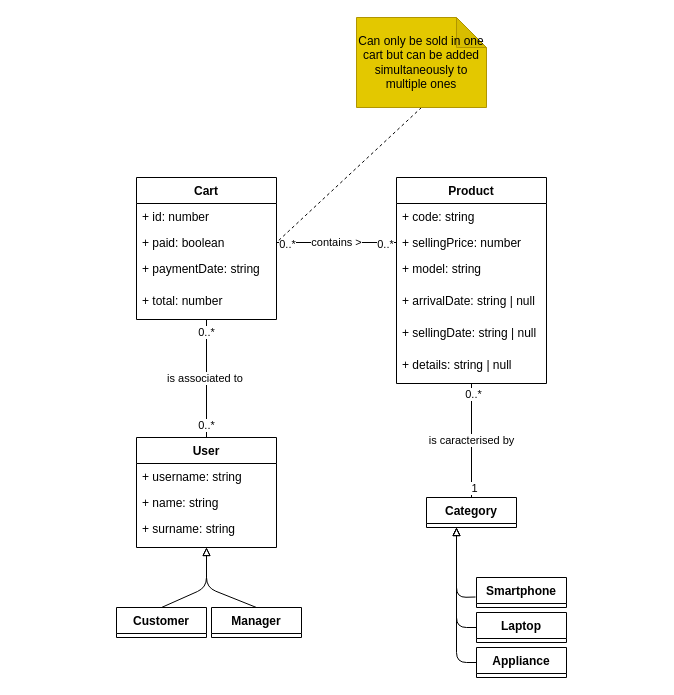
The draw.io diagram page "V1" (1 of 2) of figures/glossary.drawio in eduardz1/EZElectronics, before the edit. Source tidied: cells renumbered, new cells numbered last; positions are measured from the earlier drawing's top-left corner, leaving out a move shared by most shapes. Both pictures are drawn from the tidied source at 100%, with x=0, y=0 at pixel (116, 17).
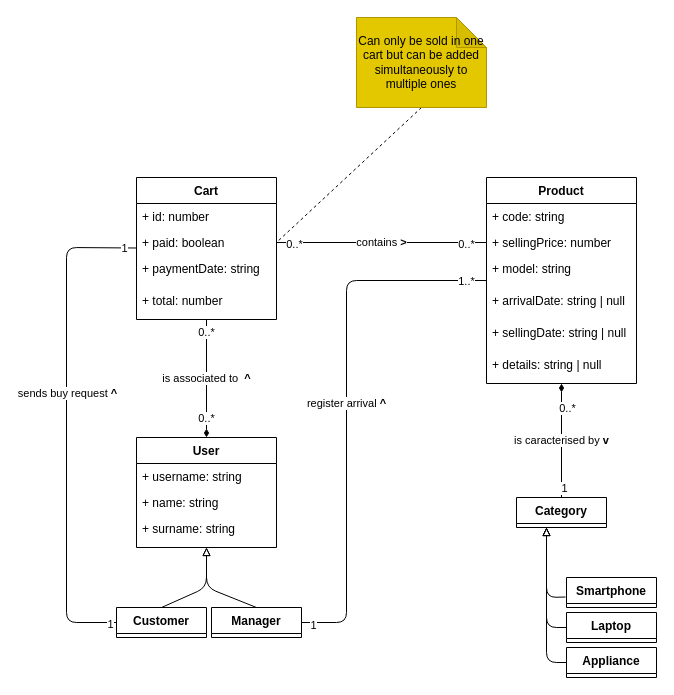
The same diagram, later.

The change refers to these unchanged cells:
```xml
<mxCell id="5" value="User" style="swimlane;fontStyle=1;horizontal=1;startSize=26;fillColor=none;" parent="1" vertex="1">
  <mxGeometry x="20" y="420" width="140" height="110" as="geometry" />
</mxCell>
<mxCell id="10" value="Customer" style="swimlane;fontStyle=1;horizontal=1;startSize=26;fillColor=none;" parent="1" vertex="1">
  <mxGeometry y="590" width="90" height="30" as="geometry" />
</mxCell>
<mxCell id="12" value="Manager" style="swimlane;fontStyle=1;horizontal=1;startSize=26;fillColor=none;" parent="1" vertex="1">
  <mxGeometry x="95" y="590" width="90" height="30" as="geometry" />
</mxCell>
<mxCell id="13" value="Cart" style="swimlane;fontStyle=1;horizontal=1;startSize=26;fillColor=none;" parent="1" vertex="1">
  <mxGeometry x="20" y="160" width="140" height="142" as="geometry" />
</mxCell>
<mxCell id="15" value="+ paid: boolean" style="text;strokeColor=none;fillColor=none;align=left;verticalAlign=top;spacingLeft=4;spacingRight=4;overflow=hidden;points=[[0,0.5],[1,0.5]];portConstraint=eastwest;" parent="13" vertex="1">
  <mxGeometry y="52" width="140" height="26" as="geometry" />
</mxCell>
<mxCell id="20" value="+ sellingPrice: number" style="text;strokeColor=none;fillColor=none;align=left;verticalAlign=top;spacingLeft=4;spacingRight=4;overflow=hidden;points=[[0,0.5],[1,0.5]];portConstraint=eastwest;" parent="18" vertex="1">
  <mxGeometry y="52" width="150" height="26" as="geometry" />
</mxCell>
```

Diff of the diagram source:
```diff
@@
-    <mxCell id="2" value="is associated to&amp;nbsp;" style="edgeStyle=none;html=1;exitX=0.5;exitY=0;exitDx=0;exitDy=0;endArrow=none;endFill=0;" parent="1" edge="1" source="5" target="13">
+    <mxCell id="2" value="is associated to&amp;nbsp; &lt;b&gt;^&lt;/b&gt;" style="edgeStyle=none;html=1;exitX=0.5;exitY=0;exitDx=0;exitDy=0;endArrow=none;endFill=0;startArrow=diamondThin;startFill=1;" parent="1" edge="1" source="5" target="13">
       <mxGeometry relative="1" as="geometry" />
     </mxCell>
@@
     <mxCell id="4" value="0..*" style="edgeLabel;html=1;align=center;verticalAlign=middle;" parent="2" vertex="1">
-      <mxGeometry x="-0.78" y="1" relative="1" as="geometry" />
+      <mxGeometry x="-0.78" y="1" relative="1" as="geometry">
+        <mxPoint y="-7" as="offset" />
+      </mxGeometry>
     </mxCell>
@@
+    <mxCell id="40" style="edgeStyle=none;html=1;exitX=0;exitY=0.5;exitDx=0;exitDy=0;startArrow=none;startFill=0;endArrow=none;endFill=0;" parent="1" edge="1" source="10" target="13">
+      <mxGeometry relative="1" as="geometry">
+        <Array as="points">
+          <mxPoint x="-50" y="605" />
+          <mxPoint x="-50" y="230" />
+        </Array>
+      </mxGeometry>
+    </mxCell>
+    <mxCell id="41" value="sends buy request&amp;nbsp;&lt;b&gt;^&lt;/b&gt;" style="edgeLabel;html=1;align=center;verticalAlign=middle;" parent="40" vertex="1">
+      <mxGeometry x="0.13" relative="1" as="geometry" />
+    </mxCell>
+    <mxCell id="42" value="1" style="edgeLabel;html=1;align=center;verticalAlign=middle;" parent="40" vertex="1">
+      <mxGeometry x="-0.97" y="1" relative="1" as="geometry" />
+    </mxCell>
+    <mxCell id="43" value="1" style="edgeLabel;html=1;align=center;verticalAlign=middle;" parent="40" vertex="1">
+      <mxGeometry x="0.95" relative="1" as="geometry" />
+    </mxCell>
@@
+    <mxCell id="44" value="register arrival &lt;b&gt;^&lt;/b&gt;" style="edgeStyle=none;html=1;exitX=1;exitY=0.5;exitDx=0;exitDy=0;startArrow=none;startFill=0;endArrow=none;endFill=0;" parent="1" edge="1" source="12" target="18">
+      <mxGeometry relative="1" as="geometry">
+        <Array as="points">
+          <mxPoint x="230" y="605" />
+          <mxPoint x="230" y="263" />
+        </Array>
+      </mxGeometry>
+    </mxCell>
+    <mxCell id="45" value="1" style="edgeLabel;html=1;align=center;verticalAlign=middle;" parent="44" vertex="1">
+      <mxGeometry x="-0.96" y="-2" relative="1" as="geometry" />
+    </mxCell>
+    <mxCell id="46" value="1..*" style="edgeLabel;html=1;align=center;verticalAlign=middle;" parent="44" vertex="1">
+      <mxGeometry x="0.92" relative="1" as="geometry" />
+    </mxCell>
@@
     <mxCell id="18" value="Product" style="swimlane;fontStyle=1;horizontal=1;startSize=26;fillColor=none;" parent="1" vertex="1">
-      <mxGeometry x="280" y="160" width="150" height="206" as="geometry" />
+      <mxGeometry x="370" y="160" width="150" height="206" as="geometry" />
     </mxCell>
@@
-    <mxCell id="25" value="is caracterised by" style="edgeStyle=none;html=1;exitX=0.5;exitY=0;exitDx=0;exitDy=0;endArrow=none;endFill=0;" parent="1" edge="1" source="28" target="18">
+    <mxCell id="25" value="is caracterised by &lt;b&gt;v&lt;/b&gt;" style="edgeStyle=none;html=1;exitX=0.5;exitY=0;exitDx=0;exitDy=0;endArrow=diamondThin;endFill=1;startArrow=none;startFill=0;" parent="1" edge="1" source="28" target="18">
       <mxGeometry relative="1" as="geometry" />
     </mxCell>
     <mxCell id="26" value="0..*" style="edgeLabel;html=1;align=center;verticalAlign=middle;" parent="25" vertex="1">
-      <mxGeometry x="0.83" y="-1" relative="1" as="geometry" />
+      <mxGeometry x="0.83" y="-1" relative="1" as="geometry">
+        <mxPoint x="4" y="14" as="offset" />
+      </mxGeometry>
     </mxCell>
@@
     <mxCell id="28" value="Category" style="swimlane;fontStyle=1;horizontal=1;startSize=26;fillColor=none;" parent="1" vertex="1">
-      <mxGeometry x="310" y="480" width="90" height="30" as="geometry" />
+      <mxGeometry x="400" y="480" width="90" height="30" as="geometry" />
     </mxCell>
     <mxCell id="29" style="edgeStyle=none;html=1;exitX=0;exitY=0.5;exitDx=0;exitDy=0;endArrow=block;endFill=0;" parent="1" edge="1" source="30">
       <mxGeometry relative="1" as="geometry">
-        <mxPoint x="340" y="510" as="targetPoint" />
+        <mxPoint x="430" y="510" as="targetPoint" />
         <Array as="points">
-          <mxPoint x="340" y="610" />
+          <mxPoint x="430" y="610" />
         </Array>
       </mxGeometry>
     </mxCell>
     <mxCell id="30" value="Laptop" style="swimlane;fontStyle=1;horizontal=1;startSize=26;fillColor=none;" parent="1" vertex="1">
-      <mxGeometry x="360" y="595" width="90" height="30" as="geometry" />
+      <mxGeometry x="450" y="595" width="90" height="30" as="geometry" />
     </mxCell>
     <mxCell id="31" style="edgeStyle=none;html=1;endArrow=block;endFill=0;exitX=-0.011;exitY=0.65;exitDx=0;exitDy=0;exitPerimeter=0;" parent="1" edge="1" source="32">
       <mxGeometry relative="1" as="geometry">
-        <mxPoint x="340" y="510" as="targetPoint" />
+        <mxPoint x="430" y="510" as="targetPoint" />
         <Array as="points">
-          <mxPoint x="340" y="580" />
+          <mxPoint x="430" y="580" />
         </Array>
       </mxGeometry>
     </mxCell>
     <mxCell id="32" value="Smartphone" style="swimlane;fontStyle=1;horizontal=1;startSize=26;fillColor=none;" parent="1" vertex="1">
-      <mxGeometry x="360" y="560" width="90" height="30" as="geometry" />
+      <mxGeometry x="450" y="560" width="90" height="30" as="geometry" />
     </mxCell>
     <mxCell id="33" style="edgeStyle=none;html=1;exitX=0;exitY=0.5;exitDx=0;exitDy=0;endArrow=block;endFill=0;" parent="1" edge="1" source="34">
       <mxGeometry relative="1" as="geometry">
-        <mxPoint x="340" y="510" as="targetPoint" />
+        <mxPoint x="430" y="510" as="targetPoint" />
         <Array as="points">
-          <mxPoint x="340" y="645" />
+          <mxPoint x="430" y="645" />
         </Array>
       </mxGeometry>
     </mxCell>
     <mxCell id="34" value="Appliance" style="swimlane;fontStyle=1;horizontal=1;startSize=26;fillColor=none;" parent="1" vertex="1">
-      <mxGeometry x="360" y="630" width="90" height="30" as="geometry" />
+      <mxGeometry x="450" y="630" width="90" height="30" as="geometry" />
     </mxCell>
-    <mxCell id="35" value="contains &amp;gt;" style="edgeStyle=none;html=1;exitX=1;exitY=0.5;exitDx=0;exitDy=0;entryX=0;entryY=0.5;entryDx=0;entryDy=0;endArrow=none;endFill=0;" parent="1" edge="1" source="15" target="20">
+    <mxCell id="35" value="contains &lt;b&gt;&amp;gt;&lt;/b&gt;" style="edgeStyle=none;html=1;exitX=1;exitY=0.5;exitDx=0;exitDy=0;entryX=0;entryY=0.5;entryDx=0;entryDy=0;endArrow=none;endFill=0;" parent="1" edge="1" source="15" target="20">
       <mxGeometry relative="1" as="geometry" />
     </mxCell>
```
